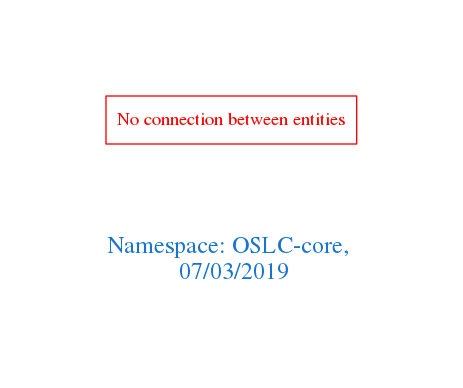
Earlier version of the Graphviz export downloads/OSLC-core.png (arago/OGIT). Its source is kept beside it as downloads/OSLC-core.dot.
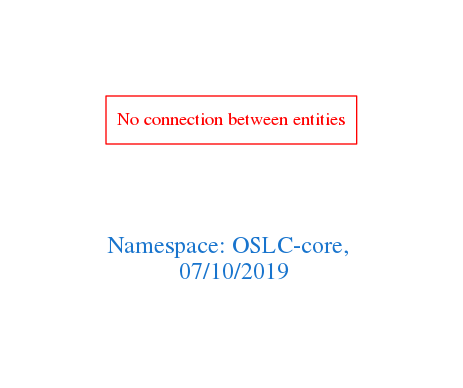
Later version of the same file.

What changed in the source:
```diff
@@ -1,7 +1,7 @@
 digraph OGIT_ontology {
  graph [ rankdir= LR,pad=1
 fontsize = 18,
-fontcolor= dodgerblue3,label = "\n\n\nNamespace: OSLC-core, \n 07/03/2019"];
+fontcolor= dodgerblue3,label = "\n\n\nNamespace: OSLC-core, \n 07/10/2019"];
 node[shape=polygon];
 edge [  color="gray81"];
 
```
